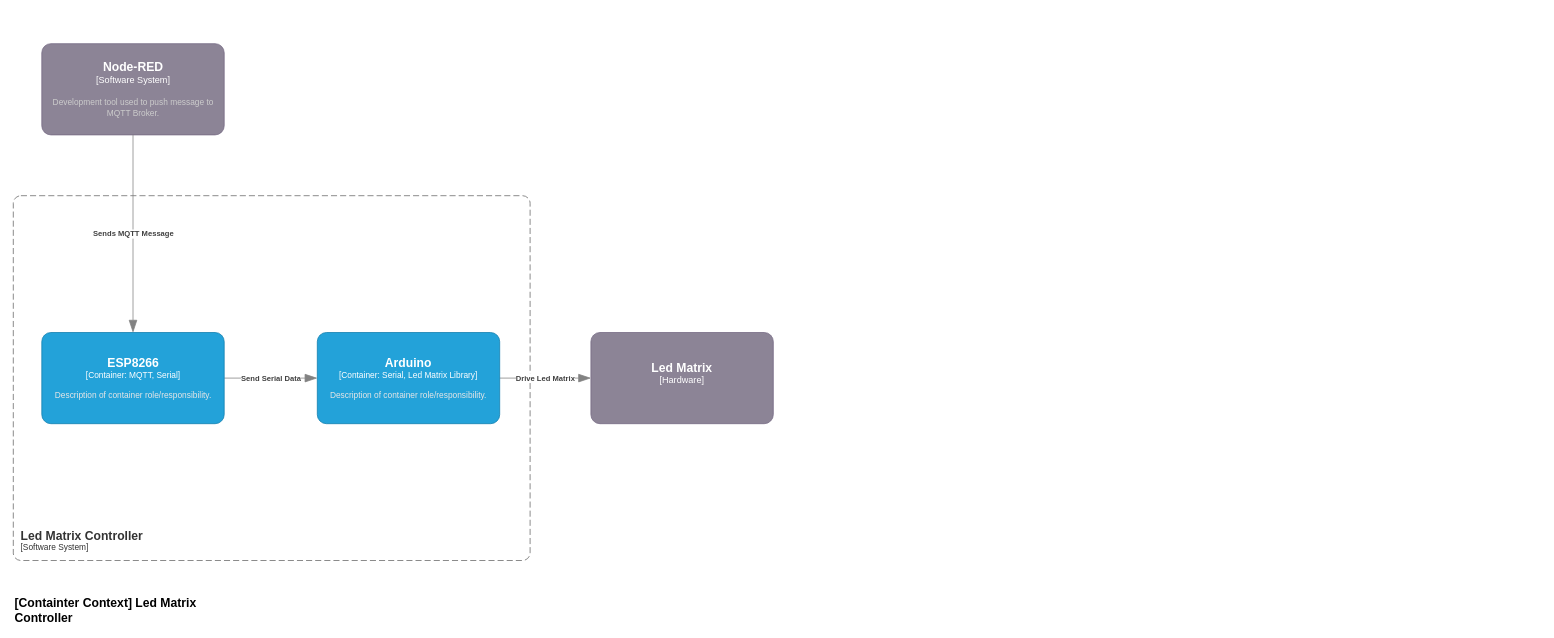
This is page "c2" (2 of 10) of doc/led_matrix_controller_design.drawio from Brentem/Led-Matrix-Controller-Brent, a draw.io file, before an edit. Source tidied: cells renumbered, new cells numbered last; positions are measured from the earlier drawing's top-left corner, leaving out a move shared by most shapes. Both pictures are drawn from the tidied source at 76%, with x=0, y=0 at pixel (13, 43).
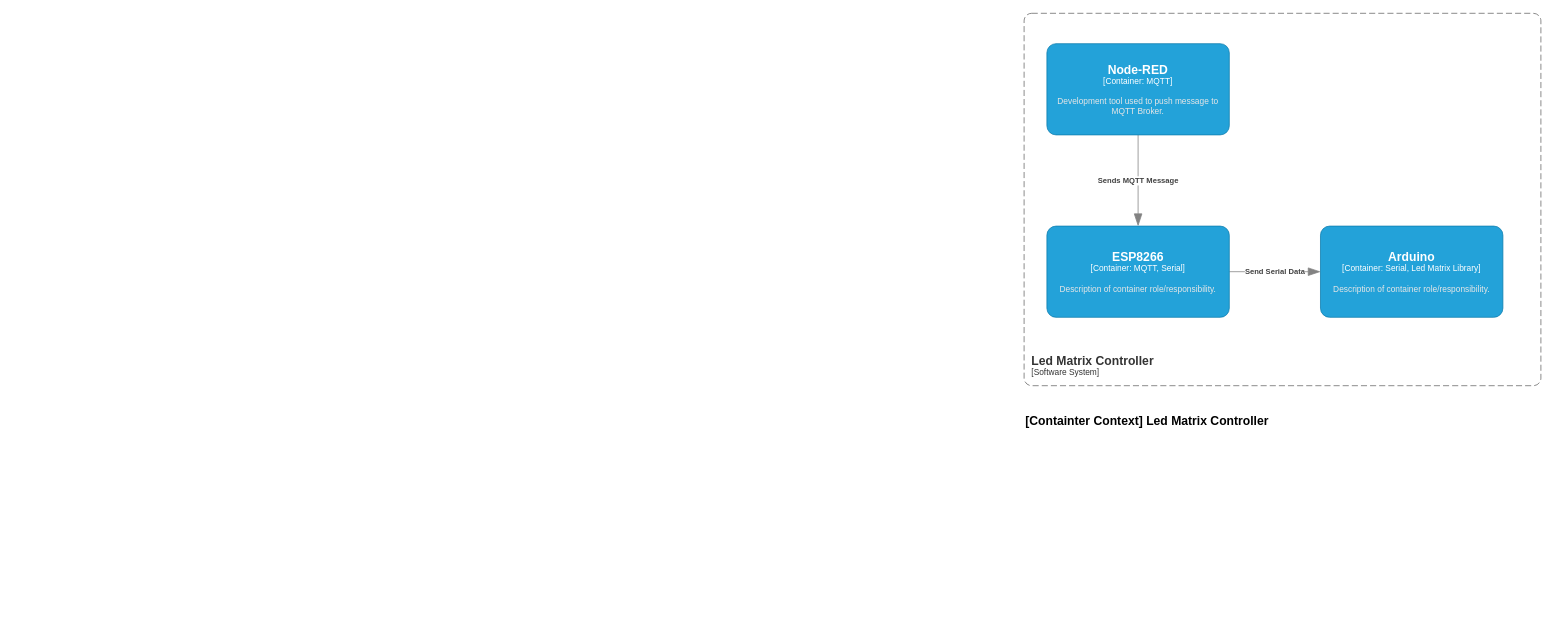
The same diagram, later.

What changed in the source:
```diff
@@
 <mxGraphModel>
   <root>
     <mxCell id="0" />
     <mxCell id="1" parent="0" />
     <object id="2" label="&lt;font style=&quot;font-size: 16px&quot;&gt;&lt;b&gt;&lt;div style=&quot;text-align: left&quot;&gt;%c4Name%&lt;/div&gt;&lt;/b&gt;&lt;/font&gt;&lt;div style=&quot;text-align: left&quot;&gt;%c4Description%&lt;/div&gt;" c4Description="" c4Name="[Containter Context] Led Matrix Controller" placeholders="1">
       <mxCell style="text;html=1;strokeColor=none;fillColor=none;align=left;verticalAlign=top;whiteSpace=wrap;rounded=0;" parent="1" vertex="1">
-        <mxGeometry y="720" width="315" height="40" as="geometry" />
+        <mxGeometry x="1330" y="480" width="330" height="40" as="geometry" />
       </mxCell>
     </object>
-    <object id="3" label="&lt;font style=&quot;font-size: 16px&quot;&gt;&lt;b&gt;%c4Name%&lt;/b&gt;&lt;/font&gt;&lt;div&gt;[%c4Type%]&lt;/div&gt;&lt;br&gt;&lt;div&gt;&lt;font style=&quot;font-size: 11px&quot;&gt;&lt;font color=&quot;#cccccc&quot;&gt;%c4Description%&lt;/font&gt;&lt;/div&gt;" c4Description="Development tool used to push message to MQTT Broker." c4Name="Node-RED" c4Type="Software System" placeholders="1">
-      <mxCell style="rounded=1;whiteSpace=wrap;html=1;labelBackgroundColor=none;fillColor=#8C8496;fontColor=#ffffff;align=center;arcSize=10;strokeColor=#736782;points=[[0.25,0,0],[0.5,0,0],[0.75,0,0],[1,0.25,0],[1,0.5,0],[1,0.75,0],[0.75,1,0],[0.5,1,0],[0.25,1,0],[0,0.75,0],[0,0.5,0],[0,0.25,0]];" parent="1" vertex="1">
-        <mxGeometry x="37.5" width="240" height="120" as="geometry" />
-      </mxCell>
-    </object>
     <object id="4" label="&lt;font style=&quot;font-size: 16px&quot;&gt;&lt;b&gt;&lt;div style=&quot;text-align: left&quot;&gt;%c4Name%&lt;/div&gt;&lt;/b&gt;&lt;/font&gt;&lt;div style=&quot;text-align: left&quot;&gt;[%c4Application%]&lt;/div&gt;" c4Application="Software System" c4Name="Led Matrix Controller" placeholders="1">
       <mxCell style="rounded=1;fontSize=11;whiteSpace=wrap;html=1;dashed=1;arcSize=20;fillColor=none;strokeColor=#666666;fontColor=#333333;labelBackgroundColor=none;align=left;verticalAlign=bottom;labelBorderColor=none;spacingTop=0;spacing=10;dashPattern=8 4;perimeter=rectanglePerimeter;noLabel=0;labelPadding=0;absoluteArcSize=1;" parent="1" vertex="1">
-        <mxGeometry y="200" width="680" height="480" as="geometry" />
+        <mxGeometry x="1330" y="-40" width="680" height="490" as="geometry" />
       </mxCell>
     </object>
     <object id="5" label="&lt;div style=&quot;text-align: left&quot;&gt;&lt;div style=&quot;text-align: center&quot;&gt;&lt;b&gt;%c4Description%&lt;/b&gt;&lt;/div&gt;" c4Description="Sends MQTT Message" placeholders="1">
-      <mxCell style="endArrow=blockThin;html=1;fontSize=10;fontColor=#404040;strokeWidth=1;endFill=1;strokeColor=#828282;elbow=vertical;endSize=14;startSize=14;jumpStyle=arc;jumpSize=16;rounded=0;edgeStyle=orthogonalEdgeStyle;exitX=0.5;exitY=1;exitDx=0;exitDy=0;exitPerimeter=0;entryX=0.5;entryY=0;entryDx=0;entryDy=0;entryPerimeter=0;" parent="1" edge="1" source="3" target="9">
+      <mxCell style="endArrow=blockThin;html=1;fontSize=10;fontColor=#404040;strokeWidth=1;endFill=1;strokeColor=#828282;elbow=vertical;endSize=14;startSize=14;jumpStyle=arc;jumpSize=16;rounded=0;edgeStyle=orthogonalEdgeStyle;exitX=0.5;exitY=1;exitDx=0;exitDy=0;exitPerimeter=0;entryX=0.5;entryY=0;entryDx=0;entryDy=0;entryPerimeter=0;" parent="1" edge="1" source="11" target="9">
         <mxGeometry relative="1" as="geometry" />
       </mxCell>
     </object>
     <object id="6" label="&lt;div style=&quot;text-align: left&quot;&gt;&lt;div style=&quot;text-align: center&quot;&gt;&lt;b&gt;%c4Description%&lt;/b&gt;&lt;/div&gt;" c4Description="Send Serial Data" placeholders="1">
       <mxCell style="endArrow=blockThin;html=1;fontSize=10;fontColor=#404040;strokeWidth=1;endFill=1;strokeColor=#828282;elbow=vertical;endSize=14;startSize=14;jumpStyle=arc;jumpSize=16;rounded=0;edgeStyle=orthogonalEdgeStyle;exitX=1;exitY=0.5;exitDx=0;exitDy=0;exitPerimeter=0;entryX=0;entryY=0.5;entryDx=0;entryDy=0;entryPerimeter=0;" parent="1" edge="1" source="9" target="10">
         <mxGeometry relative="1" as="geometry" />
       </mxCell>
     </object>
-    <object id="7" label="&lt;font style=&quot;font-size: 16px&quot;&gt;&lt;b&gt;%c4Name%&lt;/b&gt;&lt;/font&gt;&lt;div&gt;[%c4Type%]&lt;/div&gt;&lt;br&gt;&lt;div&gt;&lt;font style=&quot;font-size: 11px&quot;&gt;&lt;font color=&quot;#cccccc&quot;&gt;%c4Description%&lt;/font&gt;&lt;/div&gt;" c4Description="" c4Name="Led Matrix" c4Type="Hardware" placeholders="1">
-      <mxCell style="rounded=1;whiteSpace=wrap;html=1;labelBackgroundColor=none;fillColor=#8C8496;fontColor=#ffffff;align=center;arcSize=10;strokeColor=#736782;points=[[0.25,0,0],[0.5,0,0],[0.75,0,0],[1,0.25,0],[1,0.5,0],[1,0.75,0],[0.75,1,0],[0.5,1,0],[0.25,1,0],[0,0.75,0],[0,0.5,0],[0,0.25,0]];" parent="1" vertex="1">
-        <mxGeometry x="760" y="380" width="240" height="120" as="geometry" />
-      </mxCell>
-    </object>
-    <object id="8" label="&lt;div style=&quot;text-align: left&quot;&gt;&lt;div style=&quot;text-align: center&quot;&gt;&lt;b&gt;%c4Description%&lt;/b&gt;&lt;/div&gt;" c4Description="Drive Led Matrix" placeholders="1">
-      <mxCell style="endArrow=blockThin;html=1;fontSize=10;fontColor=#404040;strokeWidth=1;endFill=1;strokeColor=#828282;elbow=vertical;endSize=14;startSize=14;jumpStyle=arc;jumpSize=16;rounded=0;edgeStyle=orthogonalEdgeStyle;entryX=0;entryY=0.5;entryDx=0;entryDy=0;entryPerimeter=0;exitX=1;exitY=0.5;exitDx=0;exitDy=0;exitPerimeter=0;" parent="1" edge="1" source="10" target="7">
-        <mxGeometry relative="1" as="geometry" />
-      </mxCell>
-    </object>
     <object id="9" label="&lt;font style=&quot;font-size: 16px&quot;&gt;&lt;b&gt;%c4Name%&lt;/b&gt;&lt;/font&gt;&lt;div&gt;[%c4Type%: %c4Technology%]&lt;/div&gt;&lt;br&gt;&lt;div&gt;&lt;font style=&quot;font-size: 11px&quot;&gt;&lt;font color=&quot;#E6E6E6&quot;&gt;%c4Description%&lt;/font&gt;&lt;/div&gt;" c4Description="Description of container role/responsibility." c4Name="ESP8266" c4Technology="MQTT, Serial" c4Type="Container" placeholders="1">
       <mxCell style="rounded=1;whiteSpace=wrap;html=1;fontSize=11;labelBackgroundColor=none;fillColor=#23A2D9;fontColor=#ffffff;align=center;arcSize=10;strokeColor=#0E7DAD;points=[[0.25,0,0],[0.5,0,0],[0.75,0,0],[1,0.25,0],[1,0.5,0],[1,0.75,0],[0.75,1,0],[0.5,1,0],[0.25,1,0],[0,0.75,0],[0,0.5,0],[0,0.25,0]];" parent="1" vertex="1">
-        <mxGeometry x="37.5" y="380" width="240" height="120" as="geometry" />
+        <mxGeometry x="1360" y="240" width="240" height="120" as="geometry" />
       </mxCell>
     </object>
     <object id="10" label="&lt;font style=&quot;font-size: 16px&quot;&gt;&lt;b&gt;%c4Name%&lt;/b&gt;&lt;/font&gt;&lt;div&gt;[%c4Type%: %c4Technology%]&lt;/div&gt;&lt;br&gt;&lt;div&gt;&lt;font style=&quot;font-size: 11px&quot;&gt;&lt;font color=&quot;#E6E6E6&quot;&gt;%c4Description%&lt;/font&gt;&lt;/div&gt;" c4Description="Description of container role/responsibility." c4Name="Arduino" c4Technology="Serial, Led Matrix Library" c4Type="Container" placeholders="1">
       <mxCell style="rounded=1;whiteSpace=wrap;html=1;fontSize=11;labelBackgroundColor=none;fillColor=#23A2D9;fontColor=#ffffff;align=center;arcSize=10;strokeColor=#0E7DAD;points=[[0.25,0,0],[0.5,0,0],[0.75,0,0],[1,0.25,0],[1,0.5,0],[1,0.75,0],[0.75,1,0],[0.5,1,0],[0.25,1,0],[0,0.75,0],[0,0.5,0],[0,0.25,0]];" parent="1" vertex="1">
-        <mxGeometry x="400" y="380" width="240" height="120" as="geometry" />
+        <mxGeometry x="1720" y="240" width="240" height="120" as="geometry" />
       </mxCell>
     </object>
+    <object id="11" label="&lt;font style=&quot;font-size: 16px&quot;&gt;&lt;b&gt;%c4Name%&lt;/b&gt;&lt;/font&gt;&lt;div&gt;[%c4Type%: %c4Technology%]&lt;/div&gt;&lt;br&gt;&lt;div&gt;&lt;font style=&quot;font-size: 11px&quot;&gt;&lt;font color=&quot;#E6E6E6&quot;&gt;%c4Description%&lt;/font&gt;&lt;/div&gt;" c4Description="Development tool used to push message to MQTT Broker." c4Name="Node-RED" c4Technology="MQTT" c4Type="Container" placeholders="1">
+      <mxCell style="rounded=1;whiteSpace=wrap;html=1;fontSize=11;labelBackgroundColor=none;fillColor=#23A2D9;fontColor=#ffffff;align=center;arcSize=10;strokeColor=#0E7DAD;points=[[0.25,0,0],[0.5,0,0],[0.75,0,0],[1,0.25,0],[1,0.5,0],[1,0.75,0],[0.75,1,0],[0.5,1,0],[0.25,1,0],[0,0.75,0],[0,0.5,0],[0,0.25,0]];" parent="1" vertex="1">
+        <mxGeometry x="1360" width="240" height="120" as="geometry" />
+      </mxCell>
+    </object>
   </root>
 </mxGraphModel>
```
